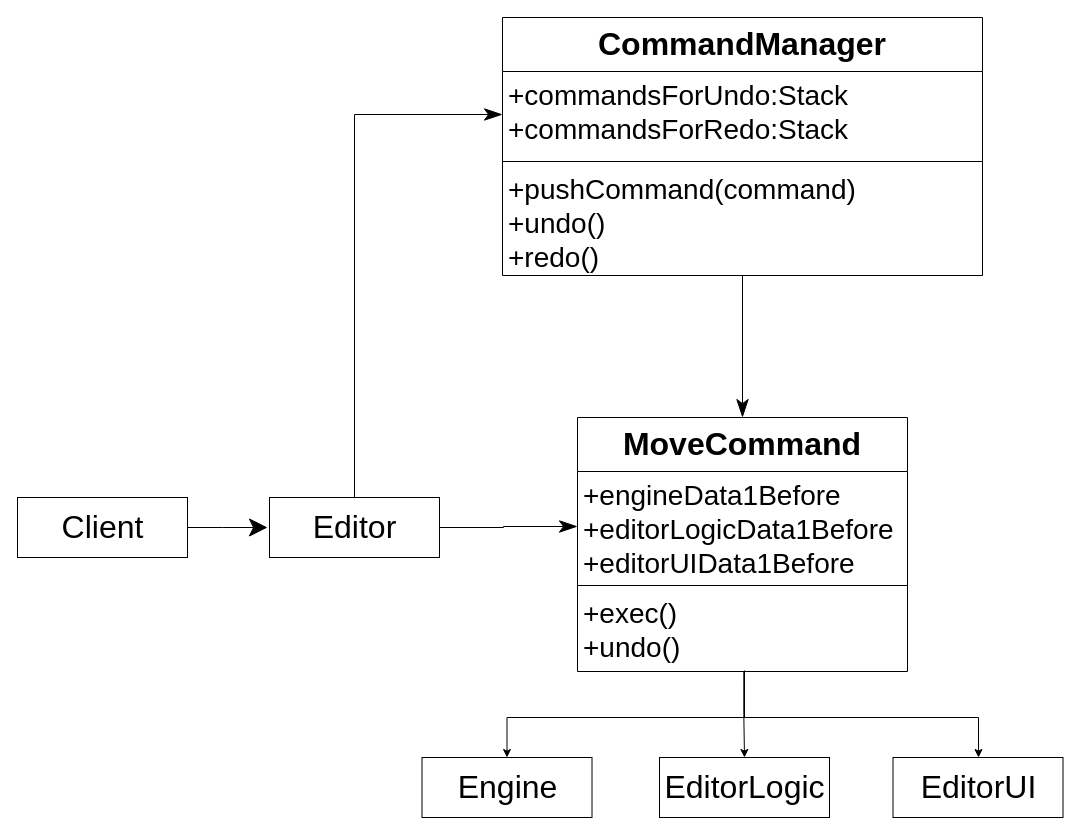
yyc-git/3DProgramPattern keeps this draw.io diagram as packages/撤销重做模式/story_before/UML.drawio. Above is the earlier version. Source tidied: cells renumbered, new cells numbered last; positions are measured from the earlier drawing's top-left corner, leaving out a move shared by most shapes. Both pictures are drawn from the tidied source at 100%, with x=0, y=0 at pixel (17, 17).
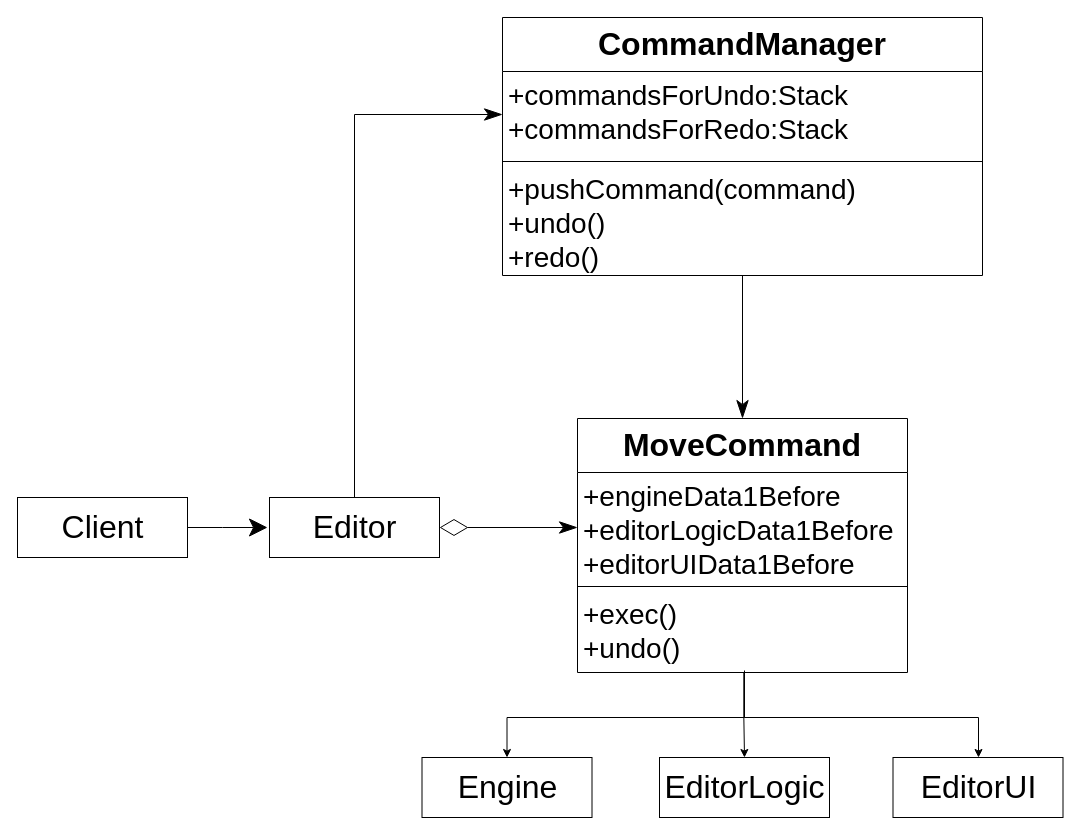
Above is the later version.

Unchanged cells that the change refers to:
```xml
<mxCell id="14" value="Editor" style="html=1;fontSize=32;" parent="1" vertex="1">
  <mxGeometry x="252" y="480" width="170" height="60" as="geometry" />
</mxCell>
<mxCell id="18" value="+engineData1Before&#10;+editorLogicData1Before&#10;+editorUIData1Before" style="text;strokeColor=none;fillColor=none;align=left;verticalAlign=top;spacingLeft=4;spacingRight=4;overflow=hidden;points=[[0,0.5],[1,0.5]];portConstraint=eastwest;fontSize=28;" parent="17" vertex="1">
  <mxGeometry y="54" width="330" height="110" as="geometry" />
</mxCell>
```

The edit, as a diff of the source:
```diff
@@
-    <mxCell id="13" style="edgeStyle=orthogonalEdgeStyle;rounded=0;jettySize=auto;html=1;startArrow=none;startFill=0;endArrow=classicThin;endFill=1;startSize=16;endSize=16;" parent="1" edge="1" source="14" target="18">
+    <mxCell id="13" style="edgeStyle=orthogonalEdgeStyle;rounded=0;jettySize=auto;html=1;startArrow=diamondThin;startFill=0;endArrow=classicThin;endFill=1;startSize=26;endSize=16;" parent="1" edge="1" source="14" target="18">
       <mxGeometry relative="1" as="geometry" />
     </mxCell>
@@
     <mxCell id="17" value="MoveCommand" style="swimlane;fontStyle=1;align=center;verticalAlign=top;horizontal=1;startSize=54;fontSize=32;" parent="1" vertex="1">
-      <mxGeometry x="560" y="400" width="330" height="254" as="geometry" />
+      <mxGeometry x="560" y="401" width="330" height="254" as="geometry" />
     </mxCell>
```
